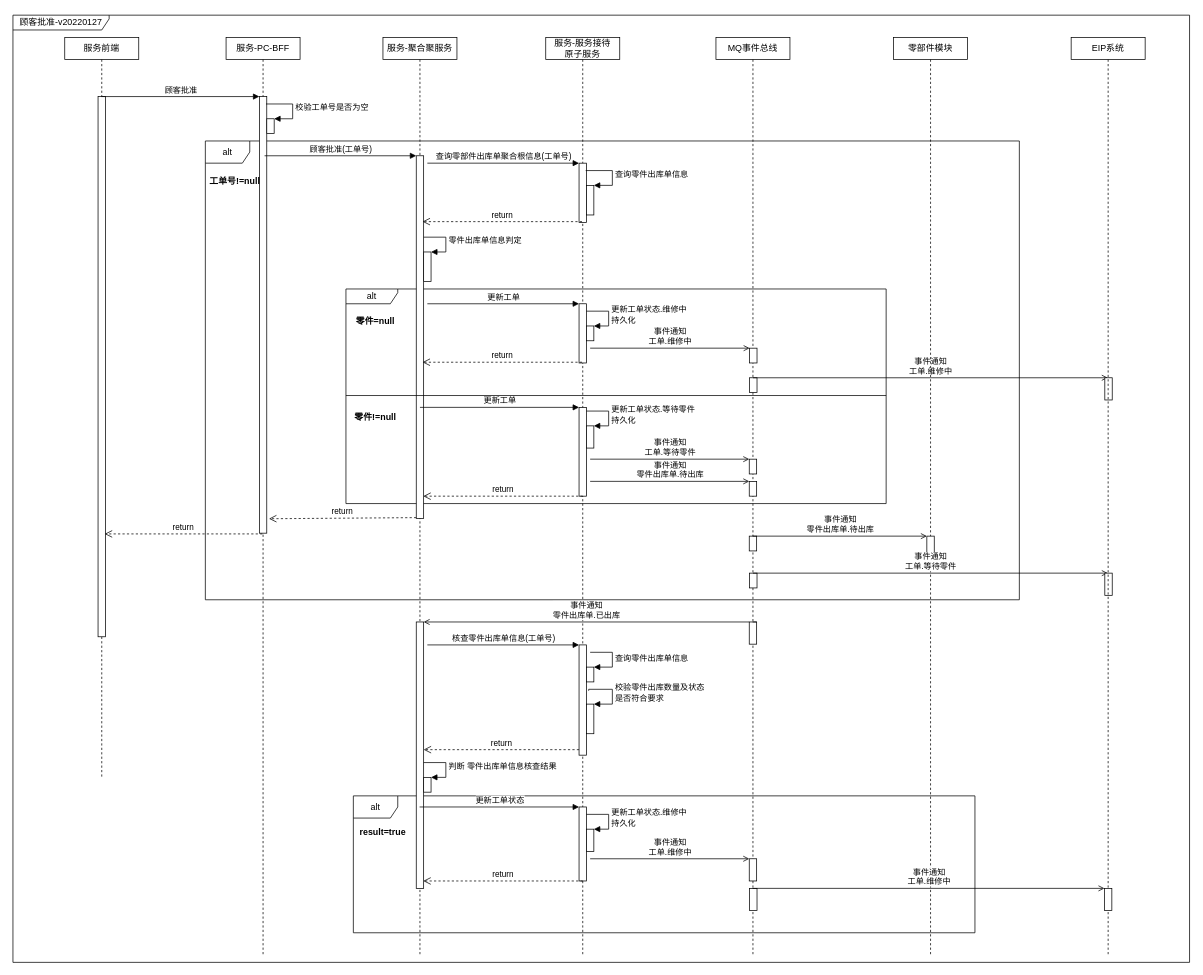
Fat-Rice/study keeps this draw.io diagram as page "顾客批准" (2 of 2) of 工单业务流程.drawio. Above is the earlier version. Source tidied: cells renumbered, new cells numbered last; positions are measured from the earlier drawing's top-left corner, leaving out a move shared by most shapes. Both pictures are drawn from the tidied source at 74%, with x=0, y=0 at pixel (13, 15).
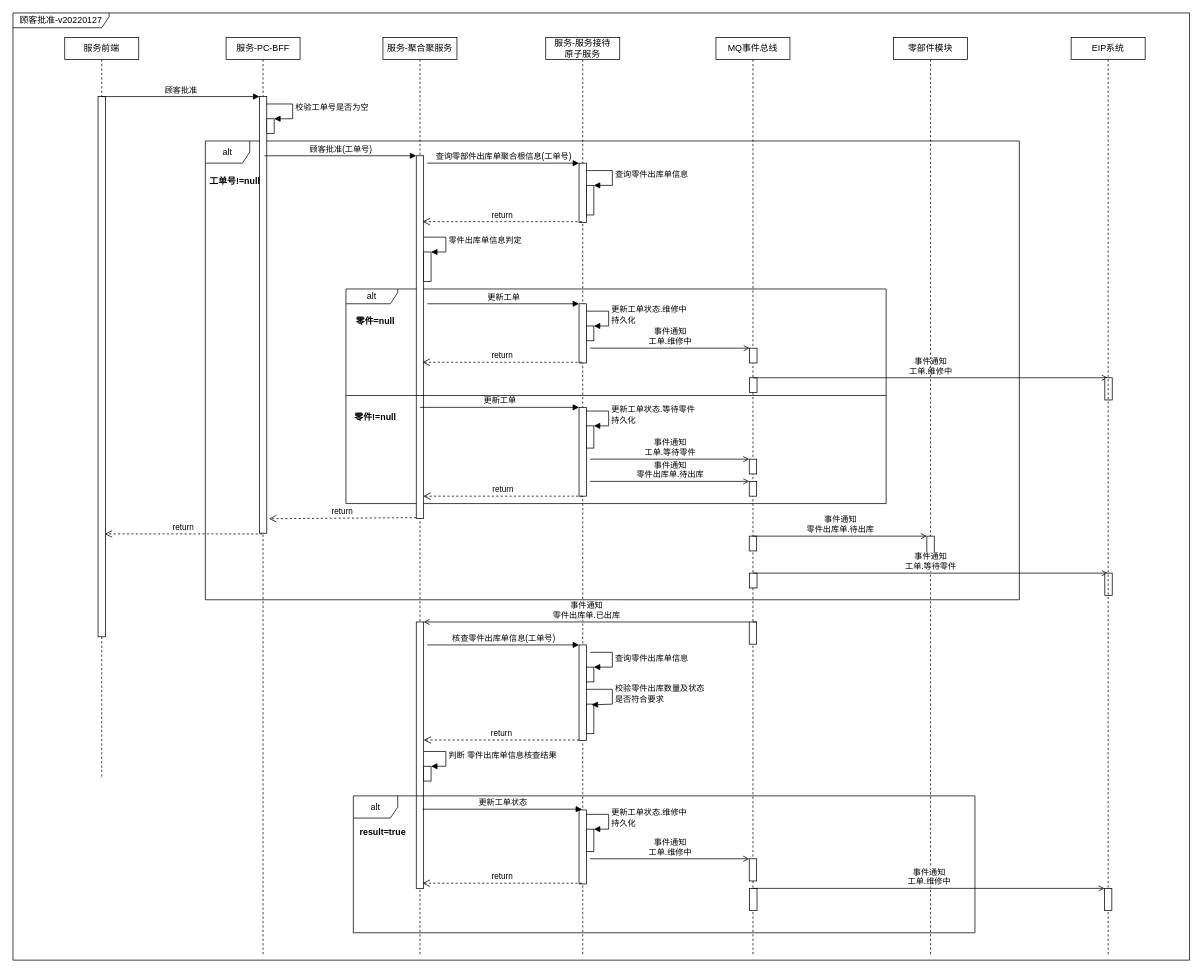
After the change.

Commit message:
更新工单业务流程.drawio

The change refers to these unchanged cells:
```xml
<mxCell id="13" value="服务-聚合聚服务" style="shape=umlLifeline;perimeter=lifelinePerimeter;whiteSpace=wrap;html=1;outlineConnect=0;size=30;" parent="1" vertex="1">
  <mxGeometry x="500" y="30" width="100" height="1240" as="geometry" />
</mxCell>
<mxCell id="17" style="html=1;points=[];perimeter=orthogonalPerimeter;" parent="13" vertex="1">
  <mxGeometry x="45" y="790" width="10" height="360" as="geometry" />
</mxCell>
<mxCell id="20" value="&lt;div&gt;服务-服务接待&lt;/div&gt;&lt;div&gt;原子服务&lt;/div&gt;" style="shape=umlLifeline;perimeter=lifelinePerimeter;whiteSpace=wrap;html=1;size=30;" parent="1" vertex="1">
  <mxGeometry x="720" y="30" width="100" height="1240" as="geometry" />
</mxCell>
<mxCell id="33" style="html=1;points=[];perimeter=orthogonalPerimeter;" parent="20" vertex="1">
  <mxGeometry x="55" y="901" width="10" height="40" as="geometry" />
</mxCell>
```

Change to the diagram source:
```diff
@@
-    <mxCell id="2" value="alt" style="shape=umlFrame;whiteSpace=wrap;html=1;" parent="1" vertex="1">
-      <mxGeometry x="460" y="1055" width="840" height="185" as="geometry" />
-    </mxCell>
     <mxCell id="3" value="顾客批准-v20220127" style="shape=umlFrame;whiteSpace=wrap;html=1;width=130;height=20;" parent="1" vertex="1">
-      <mxGeometry width="1590" height="1280" as="geometry" />
+      <mxGeometry y="-3" width="1590" height="1280" as="geometry" />
     </mxCell>
@@
     <mxCell id="18" style="html=1;points=[];perimeter=orthogonalPerimeter;" parent="13" vertex="1">
-      <mxGeometry x="55" y="1000" width="10" height="20" as="geometry" />
+      <mxGeometry x="55" y="985" width="10" height="20" as="geometry" />
     </mxCell>
     <mxCell id="19" value="判断 零件出库单信息核查结果" style="edgeStyle=orthogonalEdgeStyle;html=1;align=left;spacingLeft=2;endArrow=block;rounded=0;entryX=1;entryY=0;jumpSize=0;" parent="13" edge="1" target="18">
       <mxGeometry relative="1" as="geometry">
-        <mxPoint x="55" y="980" as="sourcePoint" />
+        <mxPoint x="55" y="965" as="sourcePoint" />
         <Array as="points">
-          <mxPoint x="85" y="980" />
+          <mxPoint x="85" y="965" />
         </Array>
       </mxGeometry>
     </mxCell>
@@
     <mxCell id="30" style="html=1;points=[];perimeter=orthogonalPerimeter;" parent="20" vertex="1">
-      <mxGeometry x="45" y="821" width="10" height="149" as="geometry" />
+      <mxGeometry x="45" y="821" width="10" height="129" as="geometry" />
     </mxCell>
@@
-    <mxCell id="34" value="&lt;div&gt;校验零件出库数量及状态&lt;/div&gt;&lt;div&gt;是否符合要求&lt;br&gt;&lt;/div&gt;" style="edgeStyle=orthogonalEdgeStyle;html=1;align=left;spacingLeft=2;endArrow=block;rounded=0;entryX=1;entryY=0;jumpSize=0;exitX=1.3;exitY=0.416;exitDx=0;exitDy=0;exitPerimeter=0;" parent="20" edge="1" source="30" target="33">
+    <mxCell id="34" value="&lt;div&gt;校验零件出库数量及状态&lt;/div&gt;&lt;div&gt;是否符合要求&lt;br&gt;&lt;/div&gt;" style="edgeStyle=orthogonalEdgeStyle;html=1;align=left;spacingLeft=2;endArrow=block;rounded=0;entryX=0.7;entryY=0.025;jumpSize=0;entryDx=0;entryDy=0;entryPerimeter=0;" parent="20" edge="1" target="33">
       <mxGeometry relative="1" as="geometry">
+        <mxPoint x="54" y="881" as="sourcePoint" />
         <Array as="points">
-          <mxPoint x="58" y="881" />
           <mxPoint x="90" y="881" />
           <mxPoint x="90" y="901" />
         </Array>
       </mxGeometry>
     </mxCell>
     <mxCell id="35" style="html=1;points=[];perimeter=orthogonalPerimeter;" parent="20" vertex="1">
-      <mxGeometry x="45" y="1040" width="10" height="100" as="geometry" />
+      <mxGeometry x="45" y="1044" width="10" height="100" as="geometry" />
     </mxCell>
@@
-    <mxCell id="76" value="return" style="html=1;verticalAlign=bottom;endArrow=open;dashed=1;endSize=8;exitX=0;exitY=0.95;rounded=0;jumpSize=0;" parent="1" edge="1" source="30" target="17">
-      <mxGeometry relative="1" as="geometry" />
+    <mxCell id="76" value="return" style="html=1;verticalAlign=bottom;endArrow=open;dashed=1;endSize=8;exitX=0;exitY=0.95;rounded=0;jumpSize=0;" parent="1" edge="1">
+      <mxGeometry relative="1" as="geometry">
+        <mxPoint x="765" y="979.5" as="sourcePoint" />
+        <mxPoint x="555" y="979.5" as="targetPoint" />
+      </mxGeometry>
     </mxCell>
-    <mxCell id="77" value="更新工单状态" style="html=1;verticalAlign=bottom;endArrow=block;entryX=0;entryY=0;rounded=0;jumpSize=0;" parent="1" edge="1" source="13" target="35">
-      <mxGeometry relative="1" as="geometry" />
+    <mxCell id="77" value="更新工单状态" style="html=1;verticalAlign=bottom;endArrow=block;entryX=0;entryY=0;rounded=0;jumpSize=0;" parent="1" edge="1">
+      <mxGeometry relative="1" as="geometry">
+        <mxPoint x="553.5" y="1073" as="sourcePoint" />
+        <mxPoint x="769" y="1073" as="targetPoint" />
+      </mxGeometry>
     </mxCell>
     <mxCell id="78" value="return" style="html=1;verticalAlign=bottom;endArrow=open;dashed=1;endSize=8;exitX=0;exitY=0.95;rounded=0;jumpSize=0;" parent="1" edge="1">
       <mxGeometry relative="1" as="geometry">
-        <mxPoint x="770" y="1170" as="sourcePoint" />
-        <mxPoint x="554.5" y="1170" as="targetPoint" />
+        <mxPoint x="769" y="1173" as="sourcePoint" />
+        <mxPoint x="553.5" y="1173" as="targetPoint" />
       </mxGeometry>
     </mxCell>
@@
+    <mxCell id="2" value="alt" style="shape=umlFrame;whiteSpace=wrap;html=1;" parent="1" vertex="1">
+      <mxGeometry x="460" y="1055" width="840" height="185" as="geometry" />
+    </mxCell>
```
